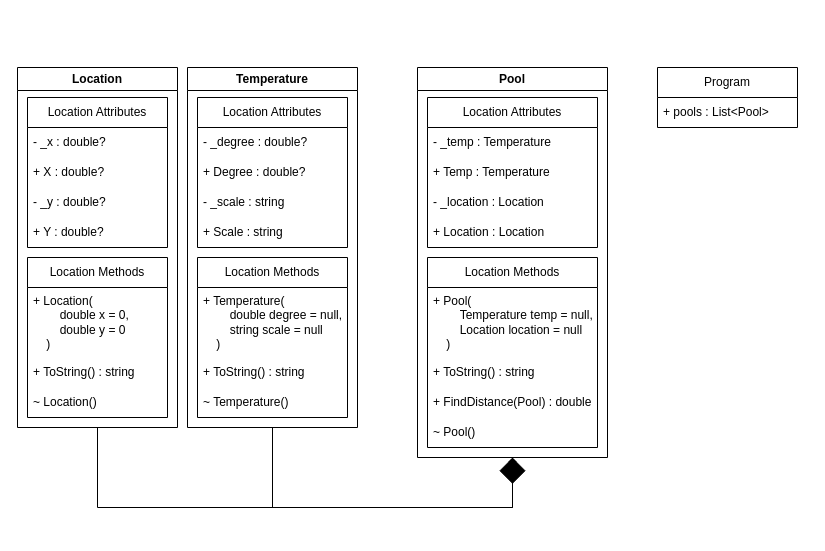
pixelatedknight27/ECE2310FinalProject keeps this draw.io diagram as FinalUML.drawio. Above is the earlier version. Source tidied: cells renumbered, new cells numbered last; positions are measured from the earlier drawing's top-left corner, leaving out a move shared by most shapes. Both pictures are drawn from the tidied source at 100%, with x=0, y=0 at pixel (17, 67).
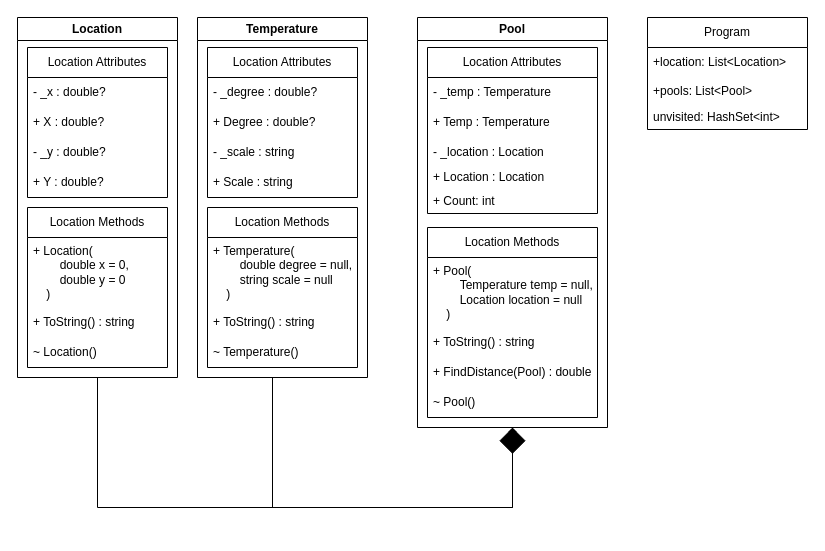
The same page after the edit.

Diff of the diagram source:
```diff
@@
-    <mxCell id="2" value="Location" style="swimlane;whiteSpace=wrap;html=1;" parent="1" vertex="1">
-      <mxGeometry width="160" height="360" as="geometry" />
+    <mxCell id="2" value="Location" style="swimlane;whiteSpace=wrap;html=1;fillColor=none;" parent="1" vertex="1">
+      <mxGeometry y="-50" width="160" height="360" as="geometry" />
     </mxCell>
-    <mxCell id="3" value="Location Attributes" style="swimlane;fontStyle=0;horizontal=1;startSize=30;whiteSpace=wrap;html=1;" parent="2" vertex="1">
+    <mxCell id="3" value="Location Attributes" style="swimlane;fontStyle=0;horizontal=1;startSize=30;whiteSpace=wrap;html=1;fillColor=none;" parent="2" vertex="1">
       <mxGeometry x="10" y="30" width="140" height="150" as="geometry" />
     </mxCell>
@@
-    <mxCell id="8" value="Location Methods" style="swimlane;fontStyle=0;horizontal=1;startSize=30;whiteSpace=wrap;html=1;" parent="2" vertex="1">
+    <mxCell id="8" value="Location Methods" style="swimlane;fontStyle=0;horizontal=1;startSize=30;whiteSpace=wrap;html=1;fillColor=none;" parent="2" vertex="1">
       <mxGeometry x="10" y="190" width="140" height="160" as="geometry" />
     </mxCell>
@@
-    <mxCell id="13" value="Temperature" style="swimlane;whiteSpace=wrap;html=1;" parent="1" vertex="1">
-      <mxGeometry x="170" width="170" height="360" as="geometry" />
+    <mxCell id="13" value="Temperature" style="swimlane;whiteSpace=wrap;html=1;fillColor=none;" parent="1" vertex="1">
+      <mxGeometry x="180" y="-50" width="170" height="360" as="geometry" />
     </mxCell>
-    <mxCell id="14" value="Location Attributes" style="swimlane;fontStyle=0;horizontal=1;startSize=30;whiteSpace=wrap;html=1;" parent="13" vertex="1">
+    <mxCell id="14" value="Location Attributes" style="swimlane;fontStyle=0;horizontal=1;startSize=30;whiteSpace=wrap;html=1;fillColor=none;" parent="13" vertex="1">
       <mxGeometry x="10" y="30" width="150" height="150" as="geometry" />
     </mxCell>
@@
-    <mxCell id="19" value="Location Methods" style="swimlane;fontStyle=0;horizontal=1;startSize=30;whiteSpace=wrap;html=1;" parent="13" vertex="1">
+    <mxCell id="19" value="Location Methods" style="swimlane;fontStyle=0;horizontal=1;startSize=30;whiteSpace=wrap;html=1;fillColor=none;" parent="13" vertex="1">
       <mxGeometry x="10" y="190" width="150" height="160" as="geometry" />
     </mxCell>
@@
-    <mxCell id="23" value="Pool" style="swimlane;whiteSpace=wrap;html=1;" parent="1" vertex="1">
-      <mxGeometry x="400" width="190" height="390" as="geometry" />
+    <mxCell id="23" value="Pool" style="swimlane;whiteSpace=wrap;html=1;fillColor=none;" parent="1" vertex="1">
+      <mxGeometry x="400" y="-50" width="190" height="410" as="geometry" />
     </mxCell>
-    <mxCell id="24" value="Location Attributes" style="swimlane;fontStyle=0;horizontal=1;startSize=30;whiteSpace=wrap;html=1;" parent="23" vertex="1">
-      <mxGeometry x="10" y="30" width="170" height="150" as="geometry" />
+    <mxCell id="24" value="Location Attributes" style="swimlane;fontStyle=0;horizontal=1;startSize=30;whiteSpace=wrap;html=1;fillColor=none;" parent="23" vertex="1">
+      <mxGeometry x="10" y="30" width="170" height="166" as="geometry" />
     </mxCell>
@@
     <mxCell id="28" value="+ Location : Location" style="text;strokeColor=none;fillColor=none;align=left;verticalAlign=middle;spacingLeft=4;spacingRight=4;overflow=hidden;whiteSpace=wrap;html=1;" parent="24" vertex="1">
-      <mxGeometry y="120" width="170" height="30" as="geometry" />
+      <mxGeometry y="120" width="170" height="20" as="geometry" />
     </mxCell>
+    <mxCell id="37" value="+ Count: int" style="text;strokeColor=none;fillColor=none;align=left;verticalAlign=top;spacingLeft=4;spacingRight=4;overflow=hidden;whiteSpace=wrap;html=1;" parent="24" vertex="1">
+      <mxGeometry y="140" width="170" height="26" as="geometry" />
+    </mxCell>
-    <mxCell id="29" value="Location Methods" style="swimlane;fontStyle=0;horizontal=1;startSize=30;whiteSpace=wrap;html=1;" parent="23" vertex="1">
-      <mxGeometry x="10" y="190" width="170" height="190" as="geometry" />
+    <mxCell id="29" value="Location Methods" style="swimlane;fontStyle=0;horizontal=1;startSize=30;whiteSpace=wrap;html=1;fillColor=none;" parent="23" vertex="1">
+      <mxGeometry x="10" y="210" width="170" height="190" as="geometry" />
     </mxCell>
@@
-    <mxCell id="34" value="Program" style="swimlane;fontStyle=0;horizontal=1;startSize=30;whiteSpace=wrap;html=1;" parent="1" vertex="1">
-      <mxGeometry x="640" width="140" height="60" as="geometry" />
+    <mxCell id="34" value="Program" style="swimlane;fontStyle=0;horizontal=1;startSize=30;whiteSpace=wrap;html=1;fillColor=none;" parent="1" vertex="1">
+      <mxGeometry x="630" y="-50" width="160" height="112" as="geometry" />
     </mxCell>
-    <mxCell id="35" value="+ pools : List&amp;lt;Pool&amp;gt;" style="text;strokeColor=none;fillColor=none;align=left;verticalAlign=middle;spacingLeft=4;spacingRight=4;overflow=hidden;whiteSpace=wrap;html=1;" parent="34" vertex="1">
-      <mxGeometry y="30" width="140" height="30" as="geometry" />
+    <mxCell id="35" value="&lt;div&gt;+location: List&amp;lt;Location&amp;gt;&lt;/div&gt;" style="text;strokeColor=none;fillColor=none;align=left;verticalAlign=middle;spacingLeft=4;spacingRight=4;overflow=hidden;whiteSpace=wrap;html=1;" parent="34" vertex="1">
+      <mxGeometry y="30" width="160" height="30" as="geometry" />
     </mxCell>
+    <mxCell id="38" value="+pools: List&amp;lt;Pool&amp;gt;" style="text;strokeColor=none;fillColor=none;align=left;verticalAlign=top;spacingLeft=4;spacingRight=4;overflow=hidden;whiteSpace=wrap;html=1;" parent="34" vertex="1">
+      <mxGeometry y="60" width="160" height="26" as="geometry" />
+    </mxCell>
+    <mxCell id="39" value="unvisited: HashSet&amp;lt;int&amp;gt;" style="text;strokeColor=none;fillColor=none;align=left;verticalAlign=top;spacingLeft=4;spacingRight=4;overflow=hidden;whiteSpace=wrap;html=1;" parent="34" vertex="1">
+      <mxGeometry y="86" width="160" height="26" as="geometry" />
+    </mxCell>
```
